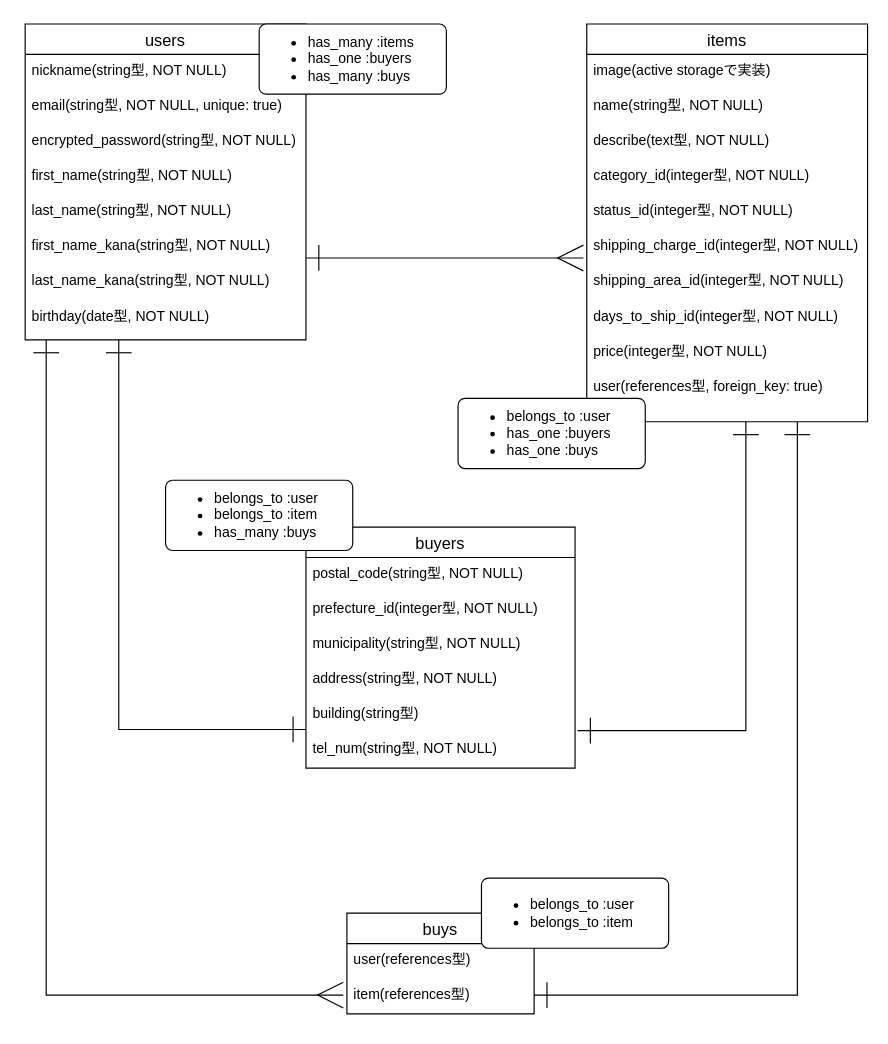
Above: furima_er.dio in ironkazutoyo/furima-34405 (draw.io), before the change. Source tidied: cells renumbered, new cells numbered last; positions are measured from the earlier drawing's top-left corner, leaving out a move shared by most shapes. Both pictures are drawn from the tidied source at 117%, with x=0, y=0 at pixel (25, 23).
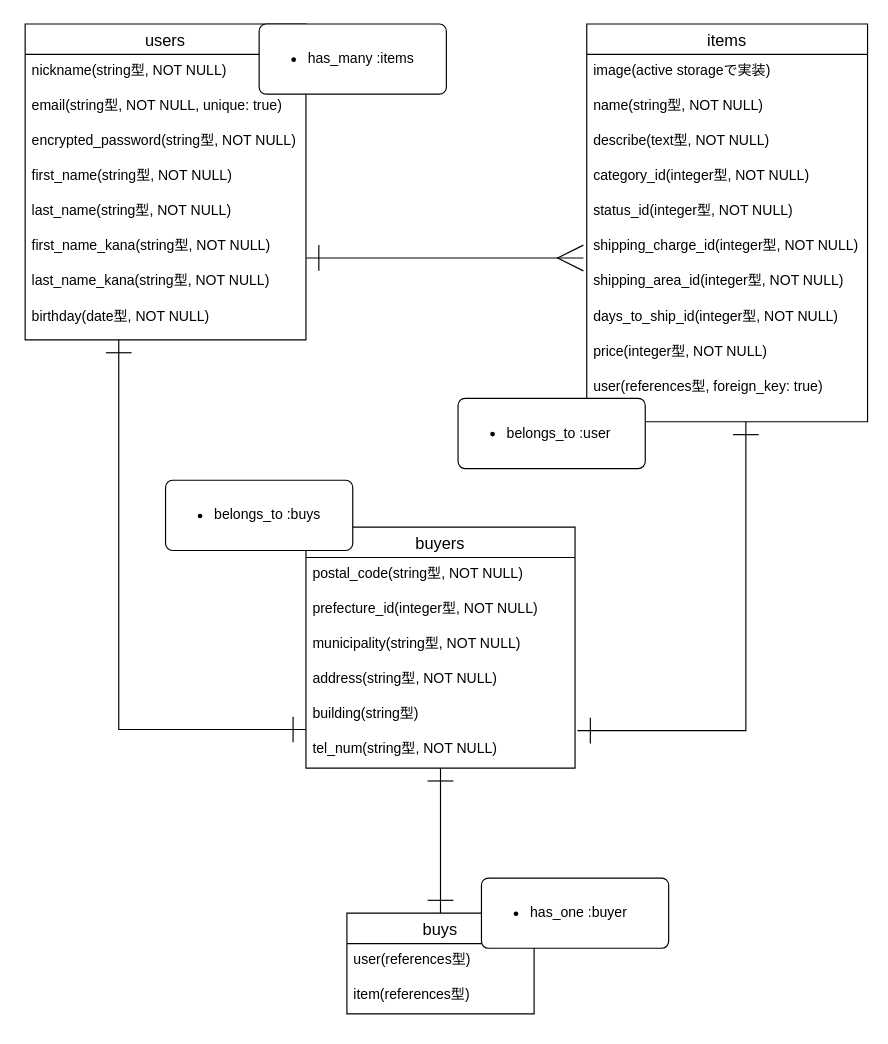
After the change.

The change refers to these unchanged cells:
```xml
<mxCell id="10" value="birthday(date型, NOT NULL)" style="text;strokeColor=none;fillColor=none;spacingLeft=4;spacingRight=4;overflow=hidden;points=[[0,0.5],[1,0.5]];portConstraint=eastwest;fontSize=12;" parent="2" vertex="1">
  <mxGeometry y="236" width="240" height="34" as="geometry" />
</mxCell>
<mxCell id="21" value="user(references型, foreign_key: true)" style="text;strokeColor=none;fillColor=none;spacingLeft=4;spacingRight=4;overflow=hidden;points=[[0,0.5],[1,0.5]];portConstraint=eastwest;fontSize=12;" parent="11" vertex="1">
  <mxGeometry y="296" width="240" height="44" as="geometry" />
</mxCell>
<mxCell id="22" value="buyers" style="swimlane;fontStyle=0;horizontal=1;startSize=26;align=center;fontSize=14;" parent="1" vertex="1">
  <mxGeometry x="240" y="430" width="230" height="206" as="geometry" />
</mxCell>
<mxCell id="36" value="buys" style="swimlane;fontStyle=0;horizontal=1;startSize=26;align=center;fontSize=14;" parent="1" vertex="1">
  <mxGeometry x="275" y="760" width="160" height="86" as="geometry" />
</mxCell>
<mxCell id="38" value="item(references型)" style="text;strokeColor=none;fillColor=none;spacingLeft=4;spacingRight=4;overflow=hidden;points=[[0,0.5],[1,0.5]];portConstraint=eastwest;fontSize=12;" parent="36" vertex="1">
  <mxGeometry y="56" width="160" height="30" as="geometry" />
</mxCell>
```

Diff of the diagram source:
```diff
@@
+    <mxCell id="41" style="edgeStyle=orthogonalEdgeStyle;rounded=0;jettySize=auto;html=1;startArrow=ERone;startFill=0;startSize=20;endArrow=ERone;endFill=0;endSize=20;" parent="1" edge="1" source="22" target="36">
+      <mxGeometry relative="1" as="geometry" />
+    </mxCell>
@@
-    <mxCell id="32" value="&lt;ul&gt;&lt;li&gt;has_many :items&lt;/li&gt;&lt;li&gt;has_one :buyers&lt;/li&gt;&lt;li&gt;has_many :buys&lt;/li&gt;&lt;/ul&gt;" style="rounded=1;arcSize=10;whiteSpace=wrap;html=1;align=left;" parent="1" vertex="1">
+    <mxCell id="32" value="&lt;ul&gt;&lt;li&gt;has_many :items&lt;/li&gt;&lt;/ul&gt;" style="rounded=1;arcSize=10;whiteSpace=wrap;html=1;align=left;" parent="1" vertex="1">
       <mxGeometry x="200" width="160" height="60" as="geometry" />
     </mxCell>
-    <mxCell id="33" value="&lt;ul&gt;&lt;li&gt;belongs_to :user&lt;/li&gt;&lt;li&gt;has_one :buyers&lt;/li&gt;&lt;li&gt;has_one :buys&lt;/li&gt;&lt;/ul&gt;" style="rounded=1;arcSize=10;whiteSpace=wrap;html=1;align=left;" parent="1" vertex="1">
+    <mxCell id="33" value="&lt;ul&gt;&lt;li&gt;belongs_to :user&lt;/li&gt;&lt;/ul&gt;" style="rounded=1;arcSize=10;whiteSpace=wrap;html=1;align=left;" parent="1" vertex="1">
       <mxGeometry x="370" y="320" width="160" height="60" as="geometry" />
     </mxCell>
-    <mxCell id="34" value="&lt;ul&gt;&lt;li&gt;belongs_to :user&lt;/li&gt;&lt;li&gt;belongs_to :item&lt;/li&gt;&lt;li&gt;has_many :buys&lt;/li&gt;&lt;/ul&gt;" style="rounded=1;arcSize=10;whiteSpace=wrap;html=1;align=left;" parent="1" vertex="1">
+    <mxCell id="34" value="&lt;ul&gt;&lt;li&gt;belongs_to :buys&lt;/li&gt;&lt;/ul&gt;" style="rounded=1;arcSize=10;whiteSpace=wrap;html=1;align=left;" parent="1" vertex="1">
       <mxGeometry x="120" y="390" width="160" height="60" as="geometry" />
     </mxCell>
-    <mxCell id="35" style="edgeStyle=orthogonalEdgeStyle;rounded=0;jettySize=auto;html=1;startArrow=ERone;startFill=0;startSize=20;endArrow=ERone;endFill=0;endSize=20;entryX=0.75;entryY=1;entryDx=0;entryDy=0;entryPerimeter=0;" parent="1" edge="1" source="36" target="21">
-      <mxGeometry relative="1" as="geometry">
-        <Array as="points">
-          <mxPoint x="660" y="830" />
-        </Array>
-      </mxGeometry>
-    </mxCell>
@@
-    <mxCell id="39" style="edgeStyle=orthogonalEdgeStyle;rounded=0;jettySize=auto;html=1;entryX=-0.019;entryY=0.467;entryDx=0;entryDy=0;entryPerimeter=0;startArrow=ERone;startFill=0;endSize=20;startSize=20;exitX=0.075;exitY=1;exitDx=0;exitDy=0;exitPerimeter=0;endArrow=ERmany;endFill=0;" parent="1" edge="1" source="10" target="38">
-      <mxGeometry relative="1" as="geometry" />
-    </mxCell>
-    <mxCell id="40" value="&lt;ul&gt;&lt;li&gt;belongs_to :user&lt;/li&gt;&lt;li&gt;belongs_to :item&lt;/li&gt;&lt;/ul&gt;" style="rounded=1;arcSize=10;whiteSpace=wrap;html=1;align=left;" parent="1" vertex="1">
+    <mxCell id="40" value="&lt;ul&gt;&lt;li&gt;has_one :buyer&lt;/li&gt;&lt;/ul&gt;" style="rounded=1;arcSize=10;whiteSpace=wrap;html=1;align=left;" parent="1" vertex="1">
       <mxGeometry x="390" y="730" width="160" height="60" as="geometry" />
     </mxCell>
```
